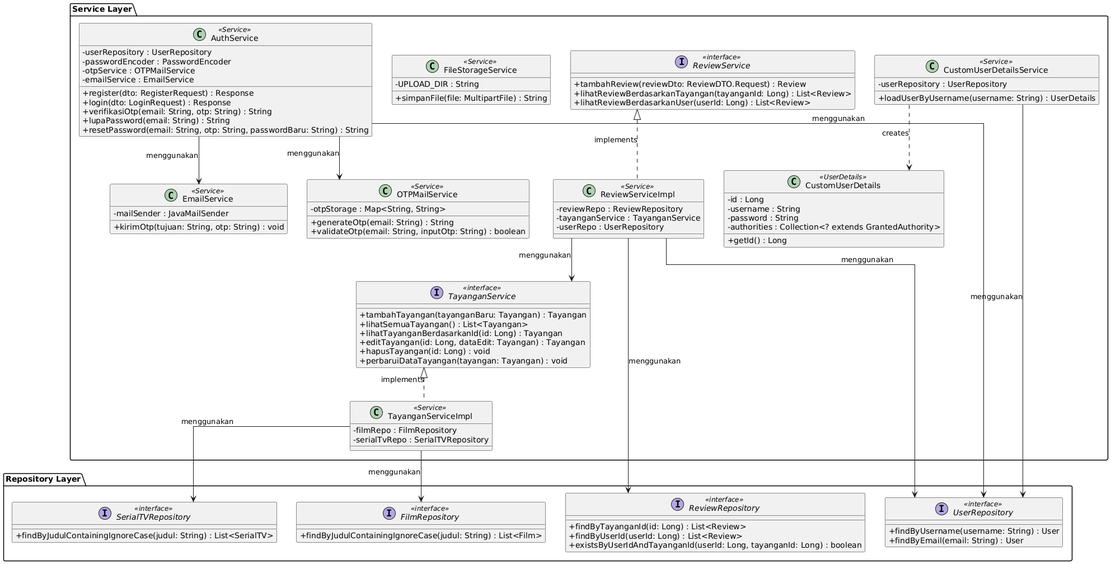
Before: docs/Business Logic.png, a diagram exported from PlantUML (kemalzaki/AbsoluteCinema). Source of this version:
```plantuml
@startuml
skinparam classAttributeIconSize 0
skinparam linetype ortho

package "Service Layer" {
    interface TayanganService <<interface>> {
        +tambahTayangan(tayanganBaru: Tayangan) : Tayangan
        +lihatSemuaTayangan() : List<Tayangan>
        +lihatTayanganBerdasarkanId(id: Long) : Tayangan
        +editTayangan(id: Long, dataEdit: Tayangan) : Tayangan
        +hapusTayangan(id: Long) : void
        +perbaruiDataTayangan(tayangan: Tayangan) : void
    }
    class TayanganServiceImpl <<Service>> {
        -filmRepo : FilmRepository
        -serialTvRepo : SerialTVRepository
    }

    interface ReviewService <<interface>> {
        +tambahReview(reviewDto: ReviewDTO.Request) : Review
        +lihatReviewBerdasarkanTayangan(tayanganId: Long) : List<Review>
        +lihatReviewBerdasarkanUser(userId: Long) : List<Review>
    }
    class ReviewServiceImpl <<Service>> {
        -reviewRepo : ReviewRepository
        -tayanganService : TayanganService
        -userRepo : UserRepository
    }

    class AuthService <<Service>> {
        -userRepository : UserRepository
        -passwordEncoder : PasswordEncoder
        -otpService : OTPMailService
        -emailService : EmailService
        +register(dto: RegisterRequest) : Response
        +login(dto: LoginRequest) : Response
        +verifikasiOtp(email: String, otp: String) : String
        +lupaPassword(email: String) : String
        +resetPassword(email: String, otp: String, passwordBaru: String) : String
    }

    class EmailService <<Service>> {
        -mailSender : JavaMailSender
        +kirimOtp(tujuan: String, otp: String) : void
    }

    class OTPMailService <<Service>> {
        -otpStorage : Map<String, String>
        +generateOtp(email: String) : String
        +validateOtp(email: String, inputOtp: String) : boolean
    }

    class FileStorageService <<Service>> {
        -UPLOAD_DIR : String
        +simpanFile(file: MultipartFile) : String
    }

    class CustomUserDetailsService <<Service>> {
        -userRepository : UserRepository
        +loadUserByUsername(username: String) : UserDetails
    }

    class CustomUserDetails <<UserDetails>> {
        -id : Long
        -username : String
        -password : String
        -authorities : Collection<? extends GrantedAuthority>
        +getId() : Long
    }
}

package "Repository Layer" {
    interface UserRepository <<interface>> {
        +findByUsername(username: String) : User
        +findByEmail(email: String) : User
    }
    interface ReviewRepository <<interface>> {
        +findByTayanganId(id: Long) : List<Review>
        +findByUserId(userId: Long) : List<Review>
        +existsByUserIdAndTayanganId(userId: Long, tayanganId: Long) : boolean
    }
    interface FilmRepository <<interface>> {
        +findByJudulContainingIgnoreCase(judul: String) : List<Film>
    }
    interface SerialTVRepository <<interface>> {
        +findByJudulContainingIgnoreCase(judul: String) : List<SerialTV>
    }
}

TayanganService <|.. TayanganServiceImpl : implements
ReviewService <|.. ReviewServiceImpl : implements

TayanganServiceImpl --> FilmRepository : menggunakan
TayanganServiceImpl --> SerialTVRepository : menggunakan
ReviewServiceImpl --> ReviewRepository : menggunakan
ReviewServiceImpl --> UserRepository : menggunakan
ReviewServiceImpl --> TayanganService : menggunakan

AuthService --> UserRepository : menggunakan
AuthService --> OTPMailService : menggunakan
AuthService --> EmailService : menggunakan

CustomUserDetailsService --> UserRepository : menggunakan
CustomUserDetailsService ..> CustomUserDetails : creates
@enduml
```
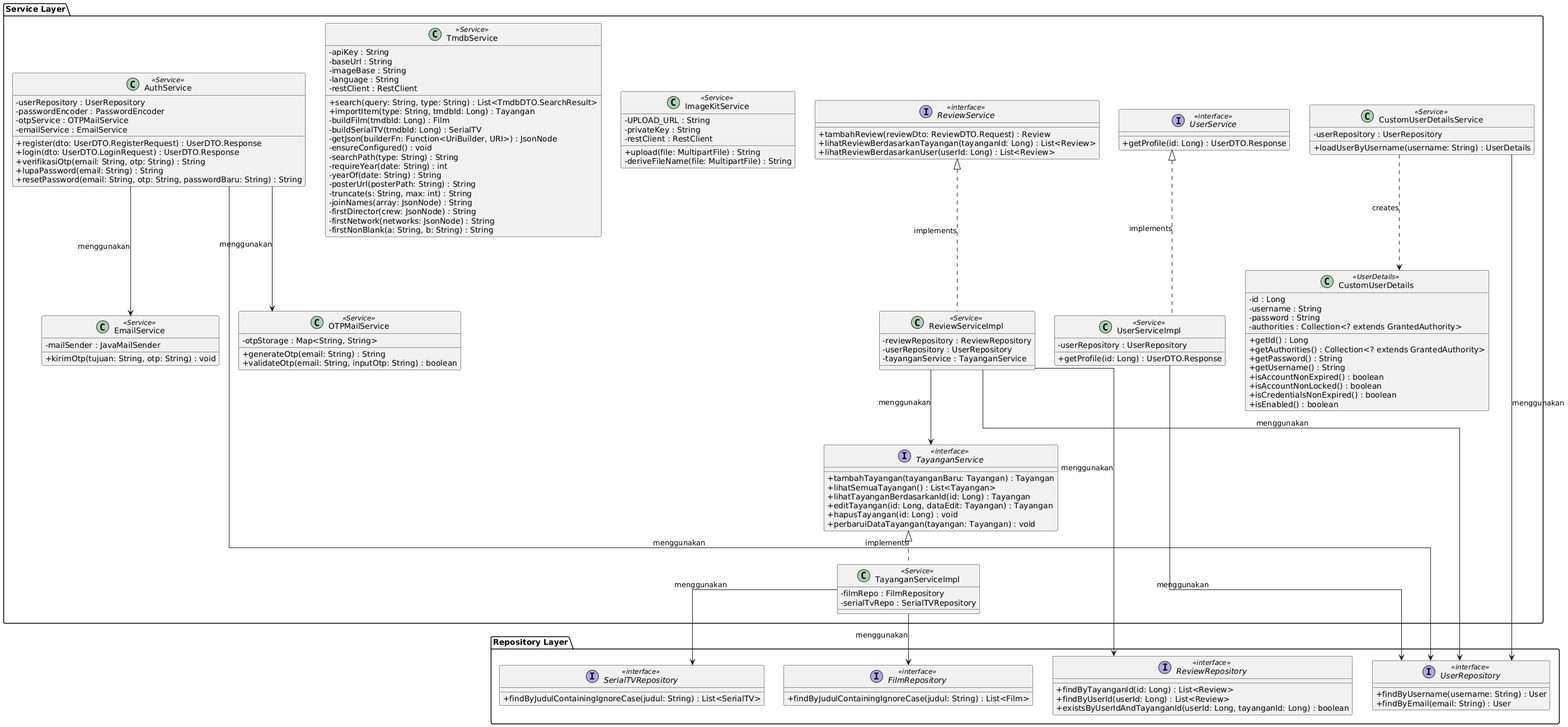
Later version of the same file.

Commit message:
chore: update API, Business Logic, and Domain Model images

The edit, as a diff of the source:
```diff
@@ -22,9 +22,17 @@
         +lihatReviewBerdasarkanUser(userId: Long) : List<Review>
     }
     class ReviewServiceImpl <<Service>> {
-        -reviewRepo : ReviewRepository
+        -reviewRepository : ReviewRepository
+        -userRepository : UserRepository
         -tayanganService : TayanganService
-        -userRepo : UserRepository
+    }
+
+    interface UserService <<interface>> {
+        +getProfile(id: Long) : UserDTO.Response
+    }
+    class UserServiceImpl <<Service>> {
+        -userRepository : UserRepository
+        +getProfile(id: Long) : UserDTO.Response
     }
 
     class AuthService <<Service>> {
@@ -32,8 +40,8 @@
         -passwordEncoder : PasswordEncoder
         -otpService : OTPMailService
         -emailService : EmailService
-        +register(dto: RegisterRequest) : Response
-        +login(dto: LoginRequest) : Response
+        +register(dto: UserDTO.RegisterRequest) : UserDTO.Response
+        +login(dto: UserDTO.LoginRequest) : UserDTO.Response
         +verifikasiOtp(email: String, otp: String) : String
         +lupaPassword(email: String) : String
         +resetPassword(email: String, otp: String, passwordBaru: String) : String
@@ -50,9 +58,35 @@
         +validateOtp(email: String, inputOtp: String) : boolean
     }
 
-    class FileStorageService <<Service>> {
-        -UPLOAD_DIR : String
-        +simpanFile(file: MultipartFile) : String
+    class ImageKitService <<Service>> {
+        -UPLOAD_URL : String
+        -privateKey : String
+        -restClient : RestClient
+        +upload(file: MultipartFile) : String
+        -deriveFileName(file: MultipartFile) : String
+    }
+
+    class TmdbService <<Service>> {
+        -apiKey : String
+        -baseUrl : String
+        -imageBase : String
+        -language : String
+        -restClient : RestClient
+        +search(query: String, type: String) : List<TmdbDTO.SearchResult>
+        +importItem(type: String, tmdbId: Long) : Tayangan
+        -buildFilm(tmdbId: Long) : Film
+        -buildSerialTV(tmdbId: Long) : SerialTV
+        -getJson(builderFn: Function<UriBuilder, URI>) : JsonNode
+        -ensureConfigured() : void
+        -searchPath(type: String) : String
+        -requireYear(date: String) : int
+        -yearOf(date: String) : String
+        -posterUrl(posterPath: String) : String
+        -truncate(s: String, max: int) : String
+        -joinNames(array: JsonNode) : String
+        -firstDirector(crew: JsonNode) : String
+        -firstNetwork(networks: JsonNode) : String
+        -firstNonBlank(a: String, b: String) : String
     }
 
     class CustomUserDetailsService <<Service>> {
@@ -66,6 +100,13 @@
         -password : String
         -authorities : Collection<? extends GrantedAuthority>
         +getId() : Long
+        +getAuthorities() : Collection<? extends GrantedAuthority>
+        +getPassword() : String
+        +getUsername() : String
+        +isAccountNonExpired() : boolean
+        +isAccountNonLocked() : boolean
+        +isCredentialsNonExpired() : boolean
+        +isEnabled() : boolean
     }
 }
 
@@ -89,6 +130,7 @@
 
 TayanganService <|.. TayanganServiceImpl : implements
 ReviewService <|.. ReviewServiceImpl : implements
+UserService <|.. UserServiceImpl : implements
 
 TayanganServiceImpl --> FilmRepository : menggunakan
 TayanganServiceImpl --> SerialTVRepository : menggunakan
@@ -100,6 +142,8 @@
 AuthService --> OTPMailService : menggunakan
 AuthService --> EmailService : menggunakan
 
+UserServiceImpl --> UserRepository : menggunakan
+
 CustomUserDetailsService --> UserRepository : menggunakan
 CustomUserDetailsService ..> CustomUserDetails : creates
 @enduml
```
